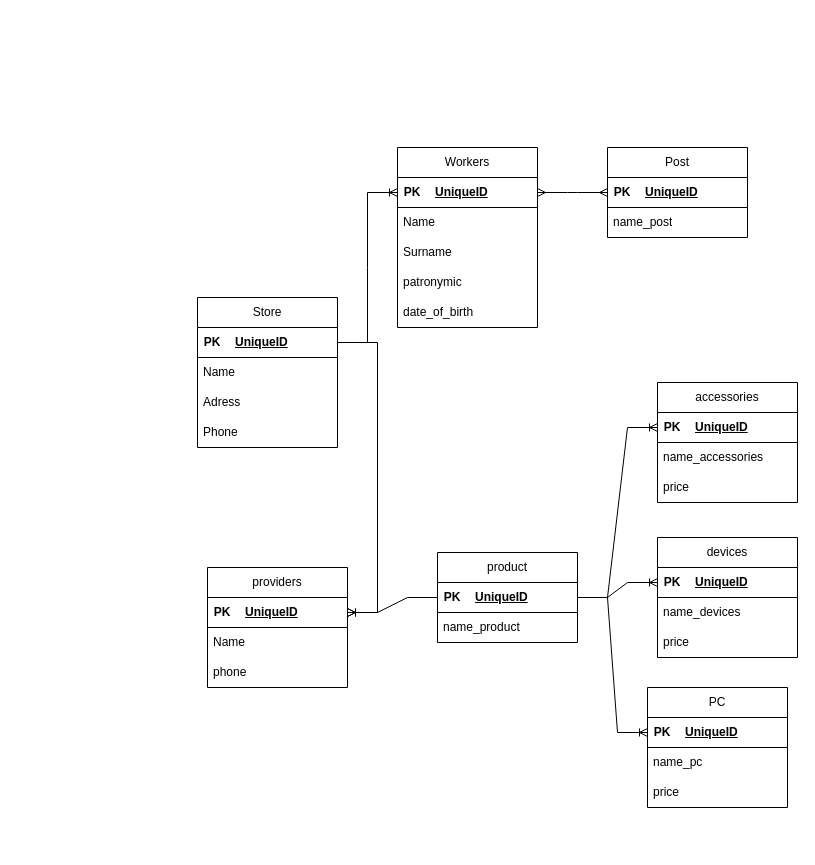
dopestr/practic keeps this draw.io diagram as update db.drawio. Above is the earlier version. Source tidied: cells renumbered, new cells numbered last; positions are measured from the earlier drawing's top-left corner, leaving out a move shared by most shapes. Both pictures are drawn from the tidied source at 100%, with x=0, y=0 at pixel (197, 147).
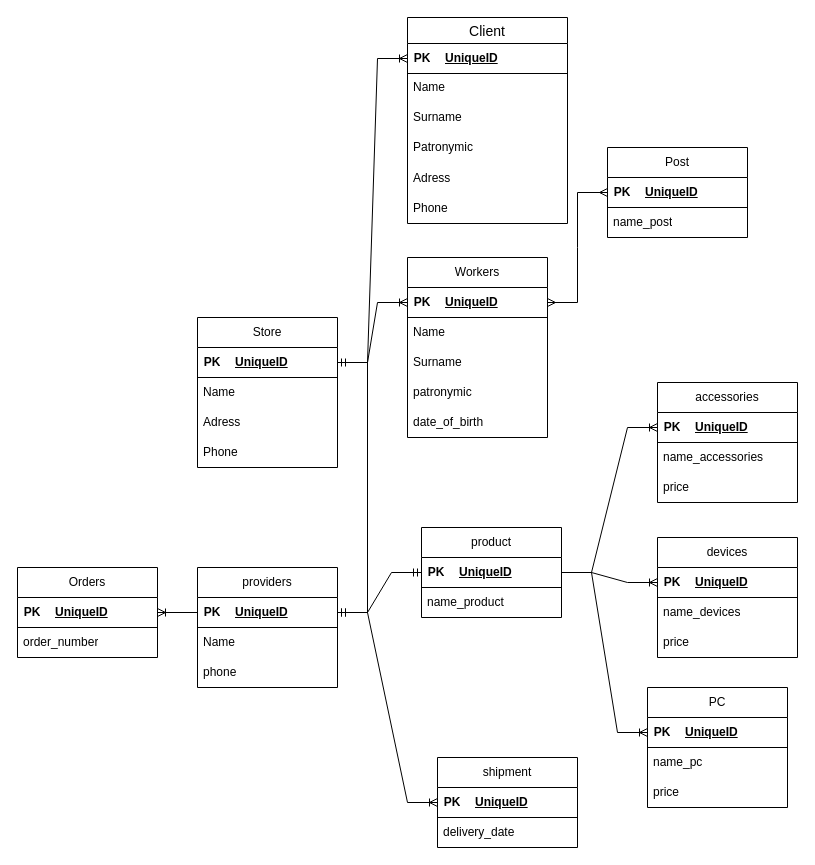
After the change.

Unchanged cells that the change refers to:
```xml
<mxCell id="4" style="shape=tableRow;horizontal=0;startSize=0;swimlaneHead=0;swimlaneBody=0;fillColor=none;points=[[0,0.5],[1,0.5]];portConstraint=eastwest;top=0;left=0;right=0;bottom=1;" parent="3" vertex="1">
  <mxGeometry width="140" height="30" as="geometry" />
</mxCell>
<mxCell id="12" style="shape=tableRow;horizontal=0;startSize=0;swimlaneHead=0;swimlaneBody=0;fillColor=none;points=[[0,0.5],[1,0.5]];portConstraint=eastwest;top=0;left=0;right=0;bottom=1;" parent="11" vertex="1">
  <mxGeometry width="140" height="30" as="geometry" />
</mxCell>
<mxCell id="19" style="shape=tableRow;horizontal=0;startSize=0;swimlaneHead=0;swimlaneBody=0;fillColor=none;points=[[0,0.5],[1,0.5]];portConstraint=eastwest;top=0;left=0;right=0;bottom=1;" parent="18" vertex="1">
  <mxGeometry width="140" height="30" as="geometry" />
</mxCell>
<mxCell id="34" style="shape=tableRow;horizontal=0;startSize=0;swimlaneHead=0;swimlaneBody=0;fillColor=none;points=[[0,0.5],[1,0.5]];portConstraint=eastwest;top=0;left=0;right=0;bottom=1;" parent="33" vertex="1">
  <mxGeometry width="140" height="30" as="geometry" />
</mxCell>
```

Change to the diagram source:
```diff
@@
     <mxCell id="2" value="Store" style="swimlane;fontStyle=0;horizontal=1;startSize=30;whiteSpace=wrap;html=1;" parent="1" vertex="1">
-      <mxGeometry y="150" width="140" height="150" as="geometry" />
+      <mxGeometry y="170" width="140" height="150" as="geometry" />
     </mxCell>
@@
     <mxCell id="10" value="providers" style="swimlane;fontStyle=0;horizontal=1;startSize=30;whiteSpace=wrap;html=1;" parent="1" vertex="1">
-      <mxGeometry x="10" y="420" width="140" height="120" as="geometry" />
+      <mxGeometry y="420" width="140" height="120" as="geometry" />
     </mxCell>
@@
     <mxCell id="17" value="Workers" style="swimlane;fontStyle=0;horizontal=1;startSize=30;whiteSpace=wrap;html=1;" parent="1" vertex="1">
-      <mxGeometry x="200" width="140" height="180" as="geometry" />
+      <mxGeometry x="210" y="110" width="140" height="180" as="geometry" />
     </mxCell>
@@
     <mxCell id="32" value="product" style="swimlane;fontStyle=0;horizontal=1;startSize=30;whiteSpace=wrap;html=1;" parent="1" vertex="1">
-      <mxGeometry x="240" y="405" width="140" height="90" as="geometry" />
+      <mxGeometry x="224" y="380" width="140" height="90" as="geometry" />
     </mxCell>
@@
-    <mxCell id="59" style="edgeStyle=entityRelationEdgeStyle;fontSize=12;html=1;endArrow=ERoneToMany;rounded=0;" parent="1" edge="1" source="4" target="19">
+    <mxCell id="59" style="edgeStyle=entityRelationEdgeStyle;fontSize=12;html=1;endArrow=ERoneToMany;rounded=0;exitX=1;exitY=0.5;exitDx=0;exitDy=0;" parent="1" edge="1" source="4" target="19">
       <mxGeometry relative="1" as="geometry" />
     </mxCell>
-    <mxCell id="60" style="edgeStyle=entityRelationEdgeStyle;fontSize=12;html=1;endArrow=ERoneToMany;rounded=0;exitX=1;exitY=0.5;exitDx=0;exitDy=0;" parent="1" edge="1" source="4" target="12">
-      <mxGeometry relative="1" as="geometry" />
-    </mxCell>
-    <mxCell id="61" style="edgeStyle=entityRelationEdgeStyle;fontSize=12;html=1;endArrow=ERoneToMany;rounded=0;exitX=0;exitY=0.5;exitDx=0;exitDy=0;entryX=1;entryY=0.5;entryDx=0;entryDy=0;" parent="1" edge="1" source="34" target="12">
-      <mxGeometry relative="1" as="geometry" />
-    </mxCell>
@@
+    <mxCell id="66" value="shipment" style="swimlane;fontStyle=0;horizontal=1;startSize=30;whiteSpace=wrap;html=1;" parent="1" vertex="1">
+      <mxGeometry x="240" y="610" width="140" height="90" as="geometry" />
+    </mxCell>
+    <mxCell id="67" style="shape=table;startSize=0;childLayout=tableLayout;rowLines=0;fontStyle=0;align=center;strokeColor=none;fillColor=none;" parent="66" vertex="1">
+      <mxGeometry y="30" width="140" height="30" as="geometry" />
+    </mxCell>
+    <mxCell id="68" style="shape=tableRow;horizontal=0;startSize=0;swimlaneHead=0;swimlaneBody=0;fillColor=none;points=[[0,0.5],[1,0.5]];portConstraint=eastwest;top=0;left=0;right=0;bottom=1;" parent="67" vertex="1">
+      <mxGeometry width="140" height="30" as="geometry" />
+    </mxCell>
+    <mxCell id="69" value="PK" style="shape=partialRectangle;fillColor=none;top=0;left=0;bottom=0;right=0;fontStyle=1;overflow=hidden;whiteSpace=wrap;html=1;" parent="68" vertex="1">
+      <mxGeometry width="30" height="30" as="geometry" />
+    </mxCell>
+    <mxCell id="70" value="UniqueID" style="shape=partialRectangle;fillColor=none;top=0;left=0;bottom=0;right=0;align=left;spacingLeft=6;fontStyle=5;overflow=hidden;whiteSpace=wrap;html=1;" parent="68" vertex="1">
+      <mxGeometry x="30" width="110" height="30" as="geometry" />
+    </mxCell>
+    <mxCell id="71" value="delivery_date" style="text;strokeColor=none;fillColor=none;align=left;verticalAlign=middle;spacingLeft=4;spacingRight=4;overflow=hidden;whiteSpace=wrap;html=1;" parent="66" vertex="1">
+      <mxGeometry y="60" width="140" height="30" as="geometry" />
+    </mxCell>
+    <mxCell id="72" style="edgeStyle=entityRelationEdgeStyle;fontSize=12;html=1;endArrow=ERmandOne;startArrow=ERmandOne;rounded=0;exitX=1;exitY=0.5;exitDx=0;exitDy=0;entryX=1;entryY=0.5;entryDx=0;entryDy=0;" parent="1" edge="1" source="12" target="4">
+      <mxGeometry relative="1" as="geometry" />
+    </mxCell>
+    <mxCell id="73" style="edgeStyle=entityRelationEdgeStyle;fontSize=12;html=1;endArrow=ERmandOne;startArrow=ERmandOne;rounded=0;exitX=1;exitY=0.5;exitDx=0;exitDy=0;entryX=0;entryY=0.5;entryDx=0;entryDy=0;" parent="1" edge="1" source="12" target="34">
+      <mxGeometry relative="1" as="geometry" />
+    </mxCell>
+    <mxCell id="74" style="edgeStyle=entityRelationEdgeStyle;fontSize=12;html=1;endArrow=ERoneToMany;rounded=0;entryX=0;entryY=0.5;entryDx=0;entryDy=0;exitX=1;exitY=0.5;exitDx=0;exitDy=0;" parent="1" edge="1" source="12" target="68">
+      <mxGeometry relative="1" as="geometry" />
+    </mxCell>
+    <mxCell id="75" value="Client" style="swimlane;fontStyle=0;horizontal=1;startSize=26;align=center;fontSize=14;" parent="1" vertex="1">
+      <mxGeometry x="210" y="-130" width="160" height="206" as="geometry" />
+    </mxCell>
+    <mxCell id="76" style="shape=table;startSize=0;childLayout=tableLayout;rowLines=0;fontStyle=0;align=center;strokeColor=none;fillColor=none;" parent="75" vertex="1">
+      <mxGeometry y="26" width="160" height="30" as="geometry" />
+    </mxCell>
+    <mxCell id="77" style="shape=tableRow;horizontal=0;startSize=0;swimlaneHead=0;swimlaneBody=0;fillColor=none;points=[[0,0.5],[1,0.5]];portConstraint=eastwest;top=0;left=0;right=0;bottom=1;" parent="76" vertex="1">
+      <mxGeometry width="160" height="30" as="geometry" />
+    </mxCell>
+    <mxCell id="78" value="PK" style="shape=partialRectangle;fillColor=none;top=0;left=0;bottom=0;right=0;fontStyle=1;overflow=hidden;whiteSpace=wrap;html=1;" parent="77" vertex="1">
+      <mxGeometry width="30" height="30" as="geometry" />
+    </mxCell>
+    <mxCell id="79" value="UniqueID" style="shape=partialRectangle;fillColor=none;top=0;left=0;bottom=0;right=0;align=left;spacingLeft=6;fontStyle=5;overflow=hidden;whiteSpace=wrap;html=1;" parent="77" vertex="1">
+      <mxGeometry x="30" width="130" height="30" as="geometry" />
+    </mxCell>
+    <mxCell id="80" value="Name" style="text;strokeColor=none;fillColor=none;spacingLeft=4;spacingRight=4;overflow=hidden;fontSize=12;whiteSpace=wrap;html=1;" parent="75" vertex="1">
+      <mxGeometry y="56" width="160" height="30" as="geometry" />
+    </mxCell>
+    <mxCell id="81" value="Surname" style="text;strokeColor=none;fillColor=none;spacingLeft=4;spacingRight=4;overflow=hidden;fontSize=12;whiteSpace=wrap;html=1;" parent="75" vertex="1">
+      <mxGeometry y="86" width="160" height="30" as="geometry" />
+    </mxCell>
+    <mxCell id="82" value="Patronymic" style="text;strokeColor=none;fillColor=none;spacingLeft=4;spacingRight=4;overflow=hidden;fontSize=12;whiteSpace=wrap;html=1;" parent="75" vertex="1">
+      <mxGeometry y="116" width="160" height="30" as="geometry" />
+    </mxCell>
+    <mxCell id="83" value="Adress" style="text;strokeColor=none;fillColor=none;align=left;verticalAlign=middle;spacingLeft=4;spacingRight=4;overflow=hidden;whiteSpace=wrap;html=1;" parent="75" vertex="1">
+      <mxGeometry y="146" width="160" height="30" as="geometry" />
+    </mxCell>
+    <mxCell id="84" value="Phone" style="text;strokeColor=none;fillColor=none;align=left;verticalAlign=middle;spacingLeft=4;spacingRight=4;overflow=hidden;whiteSpace=wrap;html=1;" parent="75" vertex="1">
+      <mxGeometry y="176" width="160" height="30" as="geometry" />
+    </mxCell>
+    <mxCell id="85" style="edgeStyle=entityRelationEdgeStyle;fontSize=12;html=1;endArrow=ERoneToMany;rounded=0;exitX=1;exitY=0.5;exitDx=0;exitDy=0;entryX=0;entryY=0.5;entryDx=0;entryDy=0;" parent="1" edge="1" source="4" target="77">
+      <mxGeometry relative="1" as="geometry">
+        <Array as="points">
+          <mxPoint x="-20" y="30" />
+          <mxPoint x="-20" y="140" />
+          <mxPoint x="-30" y="20" />
+          <mxPoint x="-50" y="50" />
+        </Array>
+      </mxGeometry>
+    </mxCell>
+    <mxCell id="86" value="Orders" style="swimlane;fontStyle=0;horizontal=1;startSize=30;whiteSpace=wrap;html=1;" parent="1" vertex="1">
+      <mxGeometry x="-180" y="420" width="140" height="90" as="geometry" />
+    </mxCell>
+    <mxCell id="87" style="shape=table;startSize=0;childLayout=tableLayout;rowLines=0;fontStyle=0;align=center;strokeColor=none;fillColor=none;" parent="86" vertex="1">
+      <mxGeometry y="30" width="140" height="30" as="geometry" />
+    </mxCell>
+    <mxCell id="88" style="shape=tableRow;horizontal=0;startSize=0;swimlaneHead=0;swimlaneBody=0;fillColor=none;points=[[0,0.5],[1,0.5]];portConstraint=eastwest;top=0;left=0;right=0;bottom=1;" parent="87" vertex="1">
+      <mxGeometry width="140" height="30" as="geometry" />
+    </mxCell>
+    <mxCell id="89" value="PK" style="shape=partialRectangle;fillColor=none;top=0;left=0;bottom=0;right=0;fontStyle=1;overflow=hidden;whiteSpace=wrap;html=1;" parent="88" vertex="1">
+      <mxGeometry width="30" height="30" as="geometry" />
+    </mxCell>
+    <mxCell id="90" value="UniqueID" style="shape=partialRectangle;fillColor=none;top=0;left=0;bottom=0;right=0;align=left;spacingLeft=6;fontStyle=5;overflow=hidden;whiteSpace=wrap;html=1;" parent="88" vertex="1">
+      <mxGeometry x="30" width="110" height="30" as="geometry" />
+    </mxCell>
+    <mxCell id="91" value="order_number" style="text;strokeColor=none;fillColor=none;align=left;verticalAlign=middle;spacingLeft=4;spacingRight=4;overflow=hidden;whiteSpace=wrap;html=1;" parent="86" vertex="1">
+      <mxGeometry y="60" width="140" height="30" as="geometry" />
+    </mxCell>
+    <mxCell id="92" style="edgeStyle=entityRelationEdgeStyle;fontSize=12;html=1;endArrow=ERoneToMany;rounded=0;exitX=0;exitY=0.5;exitDx=0;exitDy=0;entryX=1;entryY=0.5;entryDx=0;entryDy=0;" parent="1" edge="1" source="12" target="88">
+      <mxGeometry relative="1" as="geometry" />
+    </mxCell>
```
